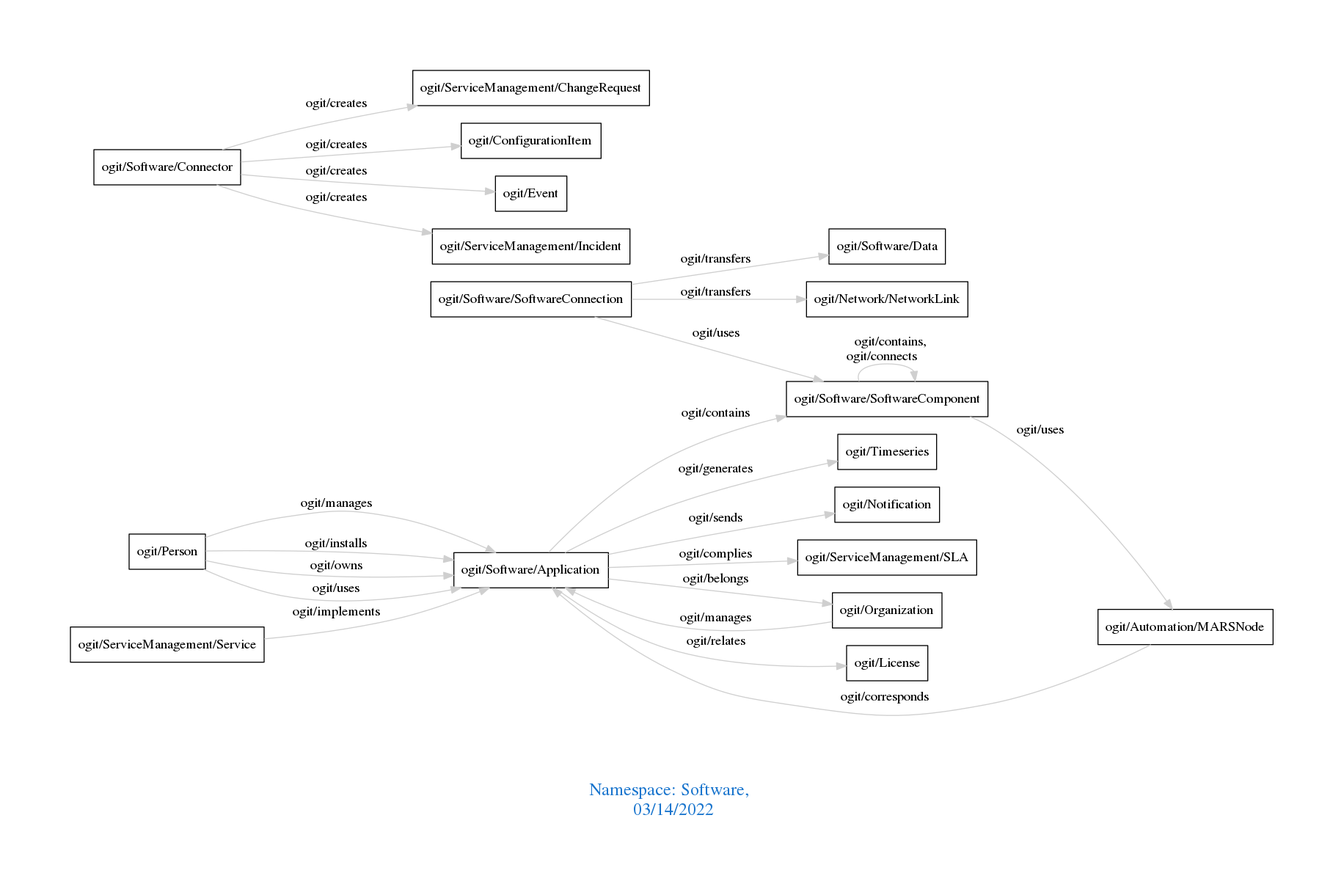
This is downloads/Software.png from arago/OGIT, a Graphviz export, as it was before one commit. Its source is kept beside it as downloads/Software.dot.
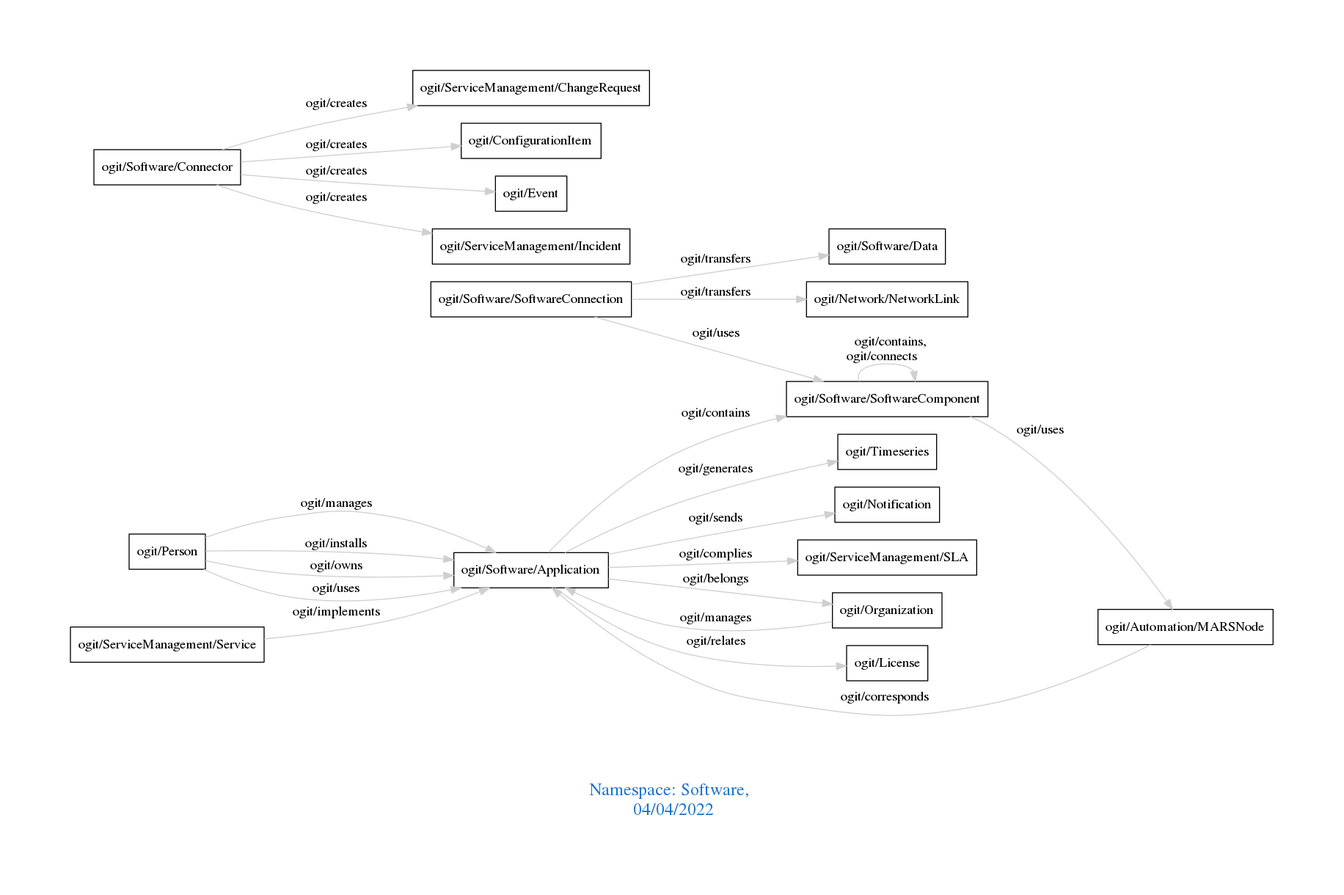
Later version of the same file.

Diff of the diagram source:
```diff
@@ -1,7 +1,7 @@
 digraph OGIT_ontology {
  graph [ rankdir= LR,pad=1
 fontsize = 18,
-fontcolor= dodgerblue3,label = "\n\n\nNamespace: Software, \n 03/14/2022"];
+fontcolor= dodgerblue3,label = "\n\n\nNamespace: Software, \n 04/04/2022"];
 node[shape=polygon];
 edge [  color="gray81"];
 
```
